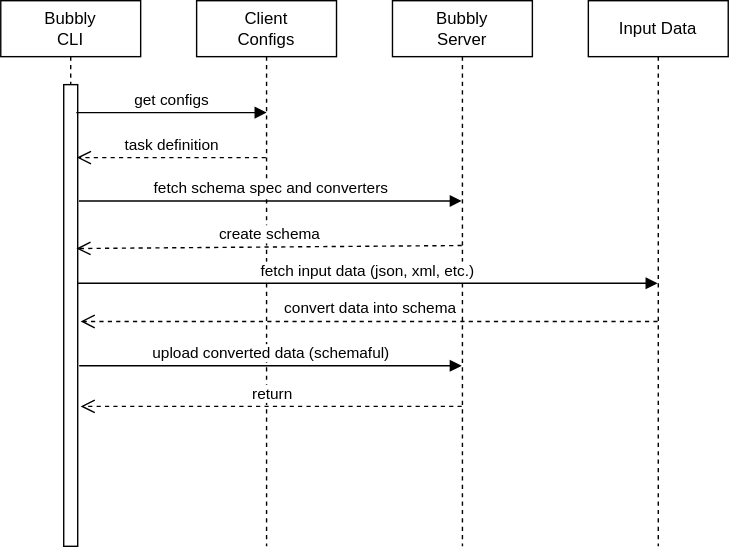
Above: docs/images/high-level-sequence-diagram.drawio.svg in valocode/bubbly (draw.io), before the change. Source tidied: cells renumbered, new cells last; positions are measured from the earlier drawing's top-left corner, leaving out a move shared by most shapes.
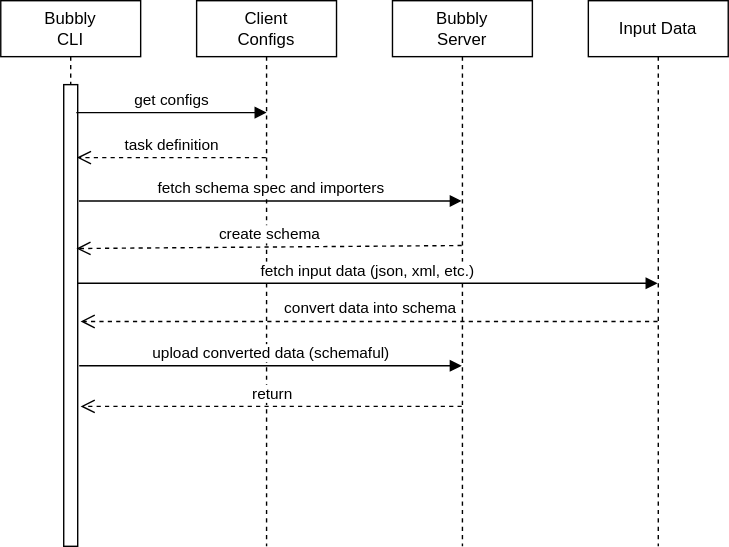
The same diagram one commit later.

What changed in the source:
```diff
@@ -23,7 +23,7 @@
     <mxCell id="7" value="Bubbly&lt;br&gt;Server" style="shape=umlLifeline;perimeter=lifelinePerimeter;whiteSpace=wrap;html=1;outlineConnect=0;" parent="1" vertex="1">
       <mxGeometry x="280" width="100" height="390" as="geometry" />
     </mxCell>
-    <mxCell id="8" value="fetch schema spec and converters" style="html=1;verticalAlign=bottom;endArrow=block;exitX=1.089;exitY=0.361;exitDx=0;exitDy=0;exitPerimeter=0;" parent="1" edge="1">
+    <mxCell id="8" value="fetch schema spec and importers" style="html=1;verticalAlign=bottom;endArrow=block;exitX=1.089;exitY=0.361;exitDx=0;exitDy=0;exitPerimeter=0;" parent="1" edge="1">
       <mxGeometry relative="1" as="geometry">
         <mxPoint x="55.9" y="143.1" as="sourcePoint" />
         <mxPoint x="329.5" y="143.1" as="targetPoint" />
```
